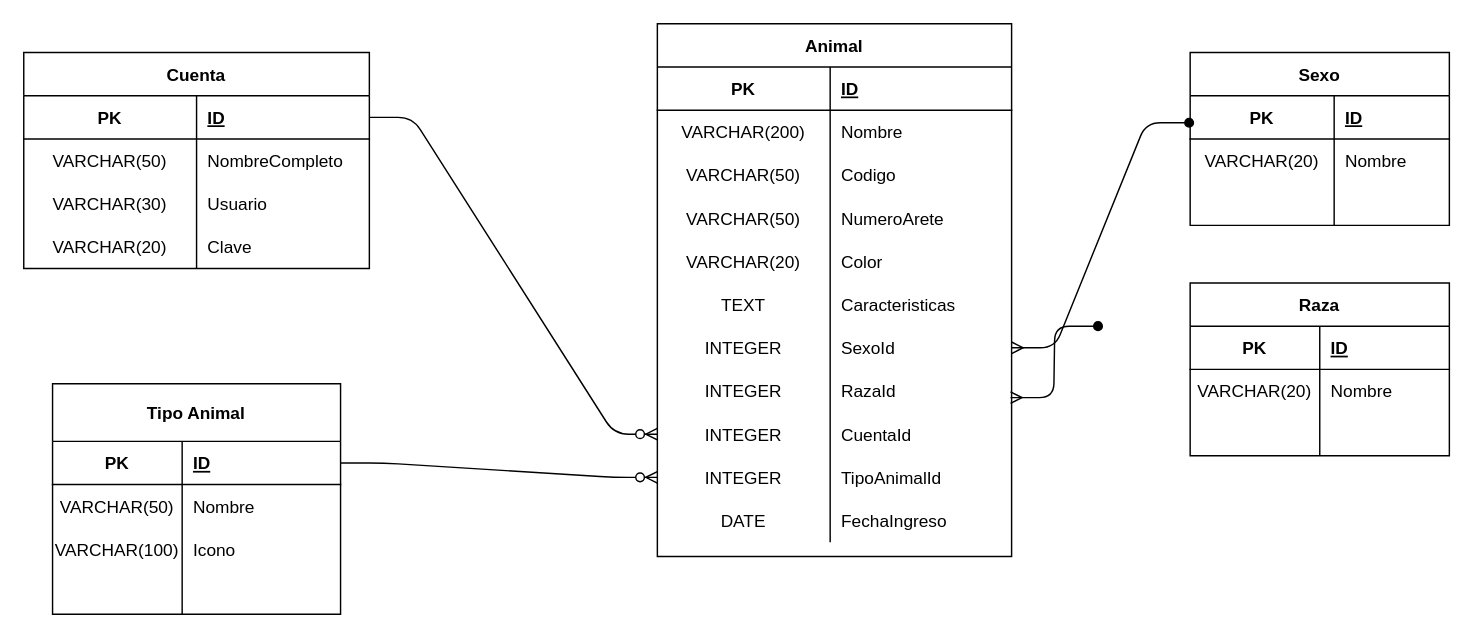
The draw.io diagram docs/entity_relationship_diagram.drawio in enu-44/agropecuaria-flutter-app, before the edit. Source tidied: cells renumbered, new cells numbered last; positions are measured from the earlier drawing's top-left corner, leaving out a move shared by most shapes. Both pictures are drawn from the tidied source at 144%, with x=0, y=0 at pixel (23, 23).
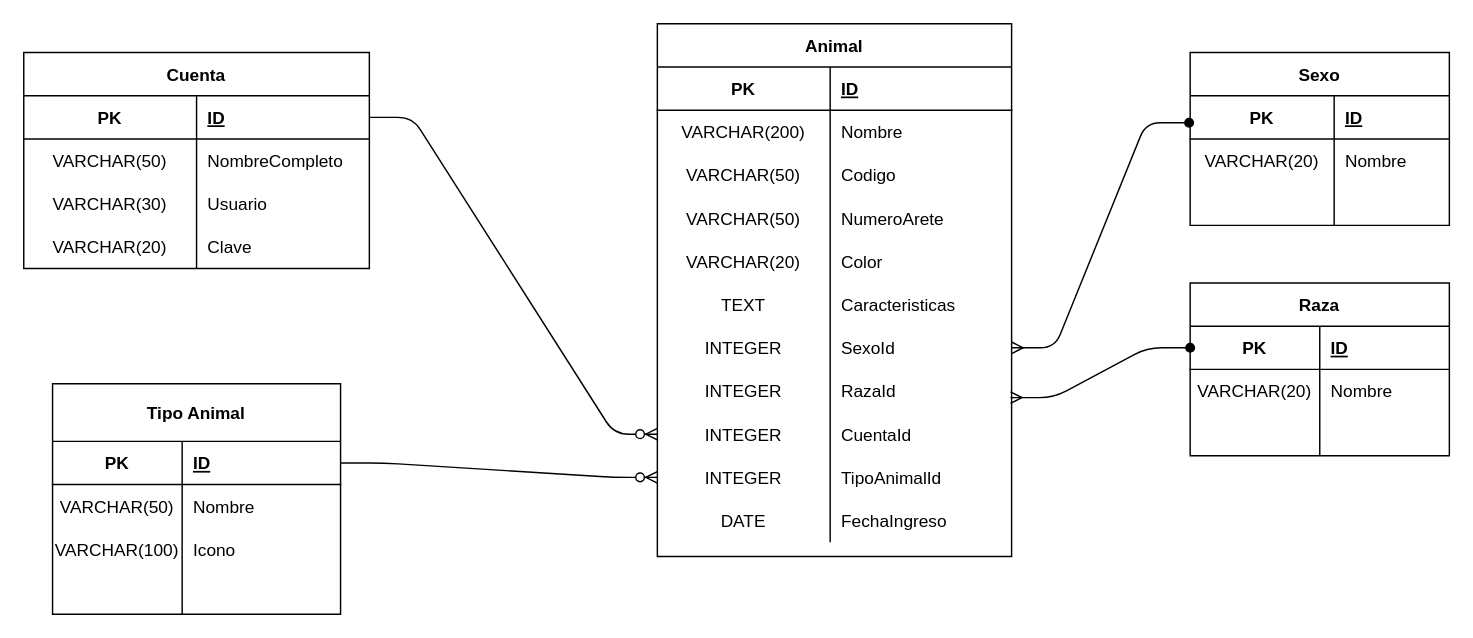
The same page after the edit.

Unchanged cells that the change refers to:
```xml
<mxCell id="50" style="shape=tableRow;horizontal=0;startSize=0;swimlaneHead=0;swimlaneBody=0;fillColor=none;points=[[0,0.5],[1,0.5]];portConstraint=eastwest;top=0;left=0;right=0;bottom=0;" parent="28" vertex="1">
  <mxGeometry y="240" width="246" height="30" as="geometry" />
</mxCell>
<mxCell id="75" style="shape=tableRow;horizontal=0;startSize=0;swimlaneHead=0;swimlaneBody=0;fillColor=none;points=[[0,0.5],[1,0.5]];portConstraint=eastwest;top=0;left=0;right=0;bottom=1;" parent="74" vertex="1">
  <mxGeometry y="30" width="180" height="30" as="geometry" />
</mxCell>
```

The edit, as a diff of the source:
```diff
@@
-    <mxCell id="85" style="edgeStyle=entityRelationEdgeStyle;fontSize=12;html=1;endArrow=oval;startArrow=ERmany;endFill=1;exitX=0.997;exitY=0.654;exitDx=0;exitDy=0;exitPerimeter=0;" parent="1" edge="1" source="50">
-      <mxGeometry relative="1" as="geometry">
-        <mxPoint x="746" y="210" as="targetPoint" />
-      </mxGeometry>
+    <mxCell id="85" style="edgeStyle=entityRelationEdgeStyle;fontSize=12;html=1;endArrow=oval;startArrow=ERmany;endFill=1;exitX=0.997;exitY=0.654;exitDx=0;exitDy=0;exitPerimeter=0;entryX=0;entryY=0.5;entryDx=0;entryDy=0;" parent="1" edge="1" source="50" target="75">
+      <mxGeometry relative="1" as="geometry" />
     </mxCell>
```
